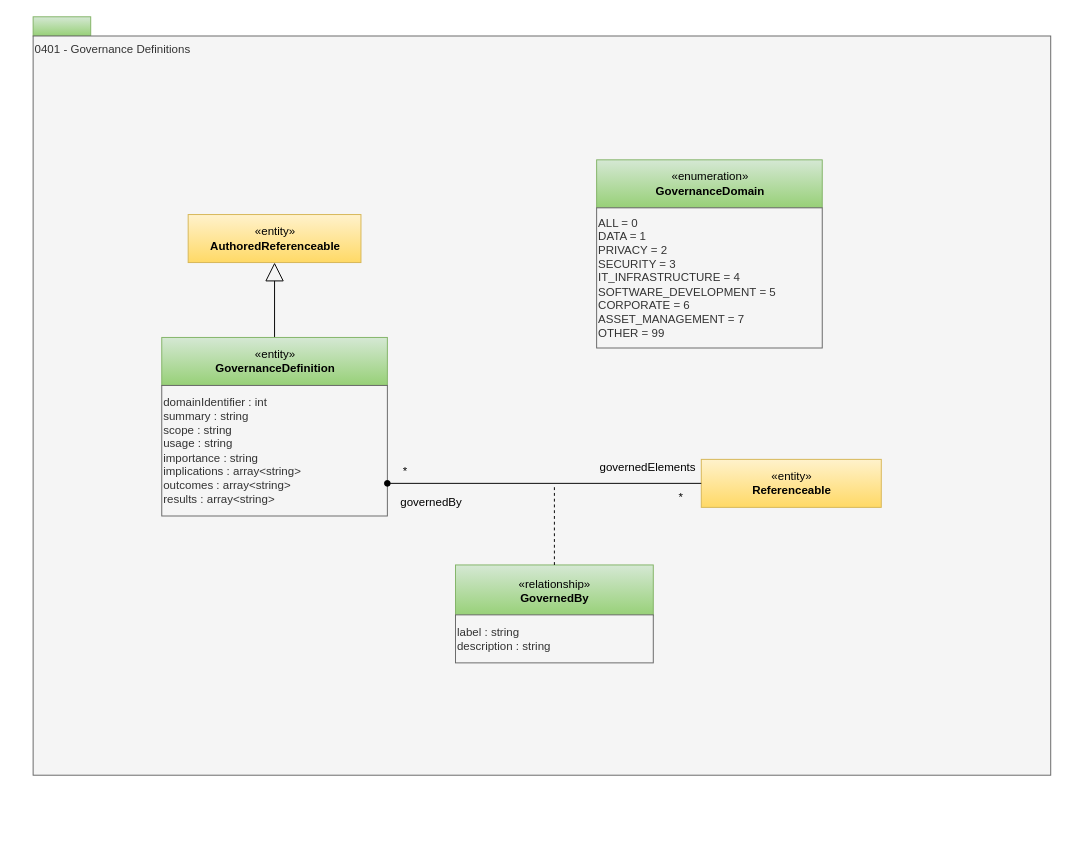
odpi/egeria-docs keeps this draw.io diagram as page "0401-Governance-Definitions" (2 of 30) of site/docs/types/4/area-4-governance.drawio. Above is the earlier version. Source tidied: cells renumbered, new cells numbered last; positions are measured from the earlier drawing's top-left corner, leaving out a move shared by most shapes. Both pictures are drawn from the tidied source at 96%, with x=0, y=0 at pixel (33, 16).
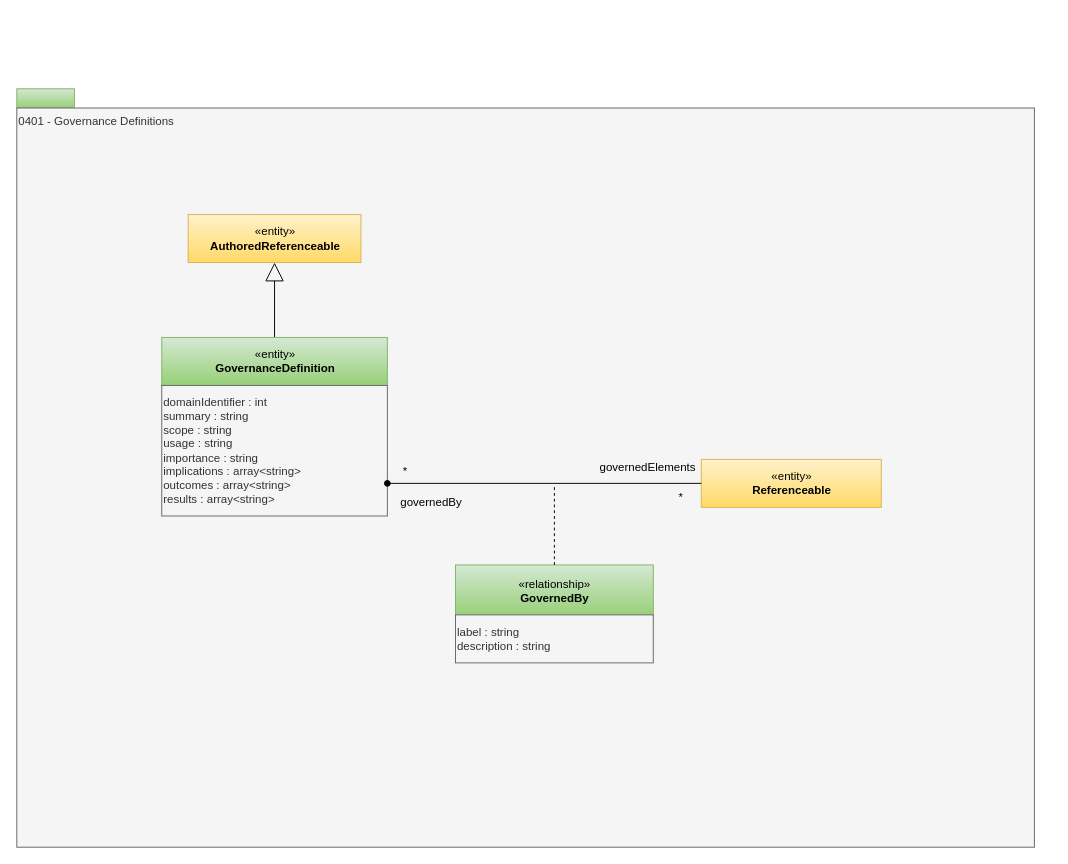
Above is the later version.

What changed in the source:
```diff
@@
 <mxGraphModel>
   <root>
     <mxCell id="0" />
     <mxCell id="1" parent="0" />
     <mxCell id="2" style="rounded=0;whiteSpace=wrap;html=1;align=left;fillColor=#d5e8d4;strokeColor=#82b366;gradientColor=#97d077;" parent="1" vertex="1">
-      <mxGeometry width="60" height="20" as="geometry" />
+      <mxGeometry x="-17" y="75" width="60" height="20" as="geometry" />
     </mxCell>
     <mxCell id="3" value="0401 - Governance Definitions" style="rounded=0;whiteSpace=wrap;html=1;align=left;verticalAlign=top;fillColor=#f5f5f5;fontColor=#333333;strokeColor=#666666;" parent="1" vertex="1">
-      <mxGeometry y="20" width="1060" height="770" as="geometry" />
+      <mxGeometry x="-17" y="95" width="1060" height="770" as="geometry" />
     </mxCell>
     <mxCell id="4" style="edgeStyle=orthogonalEdgeStyle;rounded=0;jettySize=auto;html=1;exitX=0.5;exitY=0;exitDx=0;exitDy=0;entryX=0.5;entryY=1;entryDx=0;entryDy=0;endArrow=block;endFill=0;endSize=17;" parent="1" edge="1" source="5" target="6">
       <mxGeometry relative="1" as="geometry" />
     </mxCell>
     <mxCell id="5" value="«entity»&lt;br&gt;&lt;b&gt;GovernanceDefinition&lt;/b&gt;" style="html=1;strokeColor=#82b366;align=center;fillColor=#d5e8d4;gradientColor=#97d077;" parent="1" vertex="1">
       <mxGeometry x="134" y="334" width="235" height="50" as="geometry" />
     </mxCell>
     <mxCell id="6" value="«entity»&lt;br&gt;&lt;b&gt;AuthoredReferenceable&lt;/b&gt;" style="html=1;strokeColor=#d6b656;align=center;fillColor=#fff2cc;gradientColor=#ffd966;" parent="1" vertex="1">
       <mxGeometry x="161.5" y="206" width="180" height="50" as="geometry" />
     </mxCell>
     <mxCell id="7" value="domainIdentifier : int&lt;br&gt;&lt;div&gt;summary : string&lt;br&gt;scope : string&lt;br&gt;usage : string&lt;br&gt;importance : string&lt;br&gt;implications : array&amp;lt;string&amp;gt;&lt;br&gt;outcomes : array&amp;lt;string&amp;gt;&lt;br&gt;results : array&amp;lt;string&amp;gt;&lt;/div&gt;" style="rounded=0;whiteSpace=wrap;html=1;strokeColor=#666666;align=left;fillColor=#f5f5f5;fontColor=#333333;" parent="1" vertex="1">
       <mxGeometry x="134" y="384" width="235" height="136" as="geometry" />
     </mxCell>
-    <mxCell id="8" value="«enumeration»&lt;br&gt;&lt;b&gt;GovernanceDomain&lt;/b&gt;" style="html=1;strokeColor=#82b366;align=center;fillColor=#d5e8d4;gradientColor=#97d077;" parent="1" vertex="1">
-      <mxGeometry x="587" y="149" width="235" height="50" as="geometry" />
-    </mxCell>
-    <mxCell id="9" value="ALL = 0&lt;br&gt;DATA = 1&lt;br&gt;PRIVACY = 2&lt;br&gt;SECURITY = 3&lt;br&gt;IT_INFRASTRUCTURE = 4&lt;br&gt;SOFTWARE_DEVELOPMENT = 5&lt;br&gt;CORPORATE = 6&lt;br&gt;ASSET_MANAGEMENT = 7&lt;br&gt;OTHER = 99" style="rounded=0;whiteSpace=wrap;html=1;strokeColor=#666666;align=left;fillColor=#f5f5f5;fontColor=#333333;" parent="1" vertex="1">
-      <mxGeometry x="587" y="199" width="235" height="146" as="geometry" />
-    </mxCell>
     <mxCell id="10" value="«entity»&lt;br&gt;&lt;b&gt;Referenceable&lt;/b&gt;" style="html=1;strokeColor=#d6b656;align=center;fillColor=#fff2cc;gradientColor=#ffd966;" parent="1" vertex="1">
       <mxGeometry x="696" y="461" width="187.5" height="50" as="geometry" />
     </mxCell>
     <mxCell id="11" style="edgeStyle=orthogonalEdgeStyle;rounded=0;html=1;jettySize=auto;endArrow=none;endFill=0;exitX=1;exitY=0.75;exitDx=0;exitDy=0;startArrow=oval;startFill=1;" parent="1" edge="1" source="7" target="10">
       <mxGeometry relative="1" as="geometry" />
     </mxCell>
     <mxCell id="12" value="*" style="text;html=1;strokeColor=none;fillColor=none;align=center;verticalAlign=middle;whiteSpace=wrap;rounded=0;" parent="1" vertex="1">
       <mxGeometry x="662" y="492" width="26" height="18" as="geometry" />
     </mxCell>
     <mxCell id="13" value="«relationship»&lt;br&gt;&lt;b&gt;GovernedBy&lt;/b&gt;" style="html=1;strokeColor=#82b366;align=center;fillColor=#d5e8d4;gradientColor=#97d077;" parent="1" vertex="1">
       <mxGeometry x="440" y="571" width="206" height="53" as="geometry" />
     </mxCell>
     <mxCell id="14" style="endArrow=none;dashed=1;html=1;" parent="1" edge="1" target="13">
       <mxGeometry relative="1" as="geometry">
         <mxPoint x="543" y="490" as="sourcePoint" />
       </mxGeometry>
     </mxCell>
     <mxCell id="15" value="label : string&lt;div&gt;description : string&lt;/div&gt;" style="rounded=0;whiteSpace=wrap;html=1;strokeColor=#666666;align=left;fillColor=#f5f5f5;fontColor=#333333;" parent="1" vertex="1">
       <mxGeometry x="440" y="623" width="206" height="50" as="geometry" />
     </mxCell>
     <mxCell id="16" value="governedBy" style="text;html=1;strokeColor=none;fillColor=none;align=center;verticalAlign=middle;whiteSpace=wrap;rounded=0;" parent="1" vertex="1">
       <mxGeometry x="352" y="496" width="126" height="20" as="geometry" />
     </mxCell>
     <mxCell id="17" value="governedElements" style="text;html=1;strokeColor=none;fillColor=none;align=center;verticalAlign=middle;whiteSpace=wrap;rounded=0;" parent="1" vertex="1">
       <mxGeometry x="573" y="460" width="135" height="20" as="geometry" />
     </mxCell>
     <mxCell id="18" value="*" style="text;html=1;strokeColor=none;fillColor=none;align=center;verticalAlign=middle;whiteSpace=wrap;rounded=0;" parent="1" vertex="1">
       <mxGeometry x="375" y="465" width="26" height="18" as="geometry" />
     </mxCell>
   </root>
 </mxGraphModel>
```
